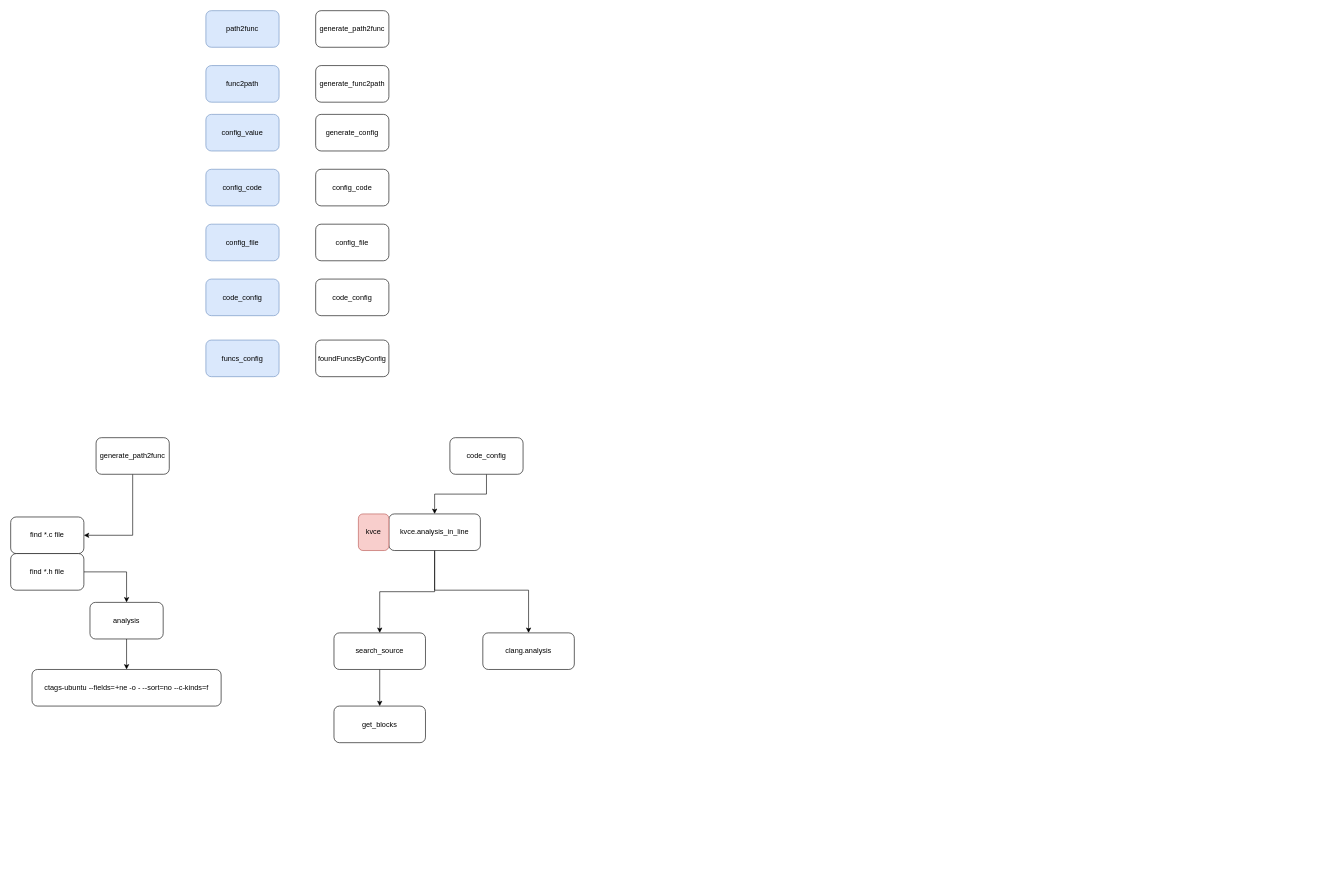
Before: configExtract.drawio in hubblezzhu/frr_learning, a draw.io diagram. Source tidied: cells renumbered, new cells numbered last; positions are measured from the earlier drawing's top-left corner, leaving out a move shared by most shapes. Both pictures are drawn from the tidied source at 61%, with x=0, y=0 at pixel (10, 10).
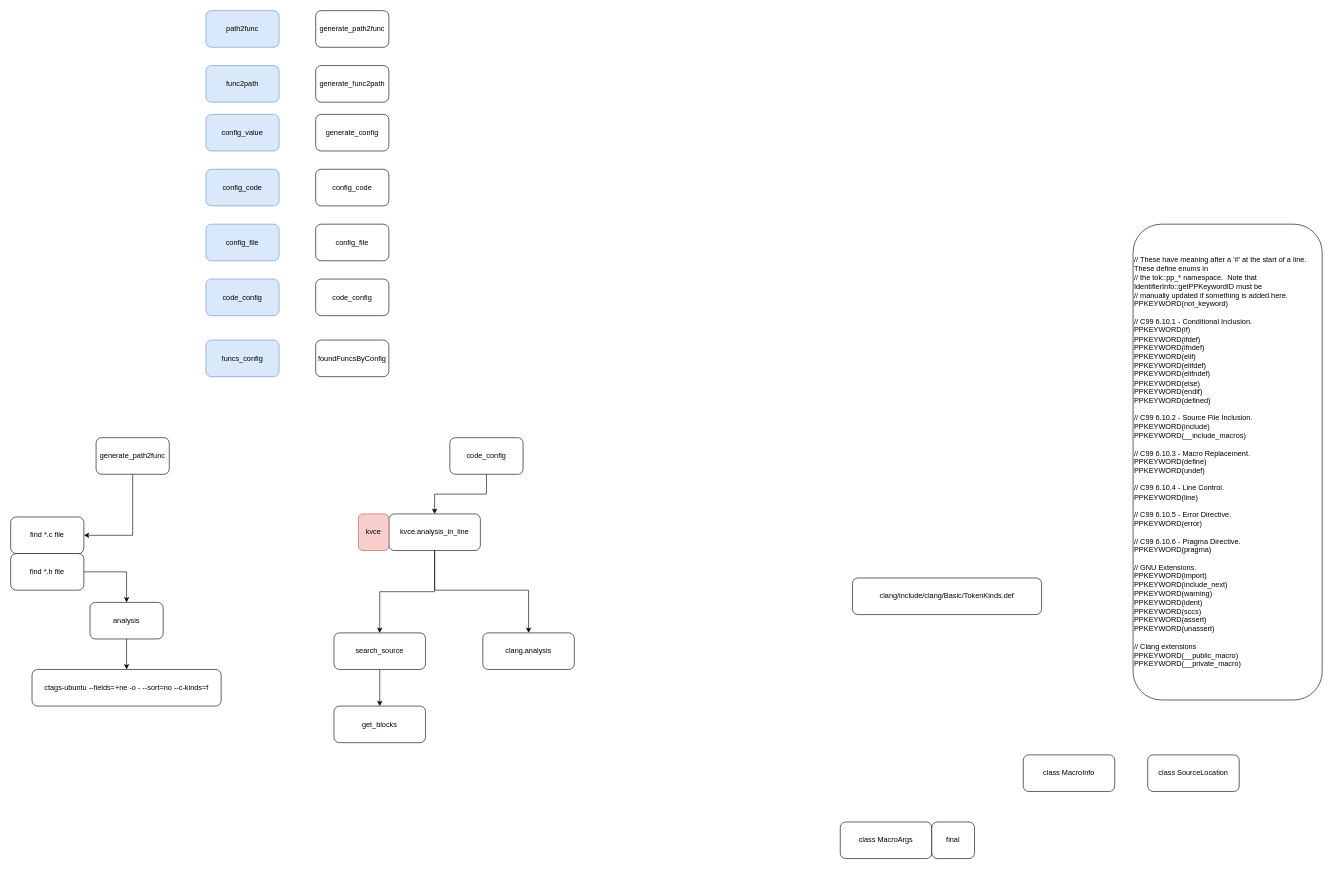
After the change.

The edit, as a diff of the source:
```diff
@@
+    <mxCell id="34" value="class MacroArgs" style="rounded=1;whiteSpace=wrap;html=1;" parent="1" vertex="1">
+      <mxGeometry x="1360" y="1330" width="150" height="60" as="geometry" />
+    </mxCell>
+    <mxCell id="35" value="final" style="rounded=1;whiteSpace=wrap;html=1;" parent="1" vertex="1">
+      <mxGeometry x="1510" y="1330" width="70" height="60" as="geometry" />
+    </mxCell>
+    <mxCell id="36" value="class SourceLocation" style="rounded=1;whiteSpace=wrap;html=1;" parent="1" vertex="1">
+      <mxGeometry x="1864" y="1220" width="150" height="60" as="geometry" />
+    </mxCell>
+    <mxCell id="37" value="class MacroInfo" style="rounded=1;whiteSpace=wrap;html=1;" parent="1" vertex="1">
+      <mxGeometry x="1660" y="1220" width="150" height="60" as="geometry" />
+    </mxCell>
+    <mxCell id="38" value="clang/include/clang/Basic/TokenKinds.def" style="rounded=1;whiteSpace=wrap;html=1;" parent="1" vertex="1">
+      <mxGeometry x="1380" y="930" width="310" height="60" as="geometry" />
+    </mxCell>
+    <mxCell id="39" value="&lt;div&gt;// These have meaning after a '#' at the start of a line. These define enums in&lt;/div&gt;&lt;div&gt;// the tok::pp_* namespace.&amp;nbsp; Note that IdentifierInfo::getPPKeywordID must be&lt;/div&gt;&lt;div&gt;// manually updated if something is added here.&lt;/div&gt;&lt;div&gt;PPKEYWORD(not_keyword)&lt;/div&gt;&lt;div&gt;&lt;br&gt;&lt;/div&gt;&lt;div&gt;// C99 6.10.1 - Conditional Inclusion.&lt;/div&gt;&lt;div&gt;PPKEYWORD(if)&lt;/div&gt;&lt;div&gt;PPKEYWORD(ifdef)&lt;/div&gt;&lt;div&gt;PPKEYWORD(ifndef)&lt;/div&gt;&lt;div&gt;PPKEYWORD(elif)&lt;/div&gt;&lt;div&gt;PPKEYWORD(elifdef)&lt;/div&gt;&lt;div&gt;PPKEYWORD(elifndef)&lt;/div&gt;&lt;div&gt;PPKEYWORD(else)&lt;/div&gt;&lt;div&gt;PPKEYWORD(endif)&lt;/div&gt;&lt;div&gt;PPKEYWORD(defined)&lt;/div&gt;&lt;div&gt;&lt;br&gt;&lt;/div&gt;&lt;div&gt;// C99 6.10.2 - Source File Inclusion.&lt;/div&gt;&lt;div&gt;PPKEYWORD(include)&lt;/div&gt;&lt;div&gt;PPKEYWORD(__include_macros)&lt;/div&gt;&lt;div&gt;&lt;br&gt;&lt;/div&gt;&lt;div&gt;// C99 6.10.3 - Macro Replacement.&lt;/div&gt;&lt;div&gt;PPKEYWORD(define)&lt;/div&gt;&lt;div&gt;PPKEYWORD(undef)&lt;/div&gt;&lt;div&gt;&lt;br&gt;&lt;/div&gt;&lt;div&gt;// C99 6.10.4 - Line Control.&lt;/div&gt;&lt;div&gt;PPKEYWORD(line)&lt;/div&gt;&lt;div&gt;&lt;br&gt;&lt;/div&gt;&lt;div&gt;// C99 6.10.5 - Error Directive.&lt;/div&gt;&lt;div&gt;PPKEYWORD(error)&lt;/div&gt;&lt;div&gt;&lt;br&gt;&lt;/div&gt;&lt;div&gt;// C99 6.10.6 - Pragma Directive.&lt;/div&gt;&lt;div&gt;PPKEYWORD(pragma)&lt;/div&gt;&lt;div&gt;&lt;br&gt;&lt;/div&gt;&lt;div&gt;// GNU Extensions.&lt;/div&gt;&lt;div&gt;PPKEYWORD(import)&lt;/div&gt;&lt;div&gt;PPKEYWORD(include_next)&lt;/div&gt;&lt;div&gt;PPKEYWORD(warning)&lt;/div&gt;&lt;div&gt;PPKEYWORD(ident)&lt;/div&gt;&lt;div&gt;PPKEYWORD(sccs)&lt;/div&gt;&lt;div&gt;PPKEYWORD(assert)&lt;/div&gt;&lt;div&gt;PPKEYWORD(unassert)&lt;/div&gt;&lt;div&gt;&lt;br&gt;&lt;/div&gt;&lt;div&gt;// Clang extensions&lt;/div&gt;&lt;div&gt;PPKEYWORD(__public_macro)&lt;/div&gt;&lt;div&gt;PPKEYWORD(__private_macro)&lt;/div&gt;" style="rounded=1;whiteSpace=wrap;html=1;align=left;" parent="1" vertex="1">
+      <mxGeometry x="1840" y="350" width="310" height="780" as="geometry" />
+    </mxCell>
```
